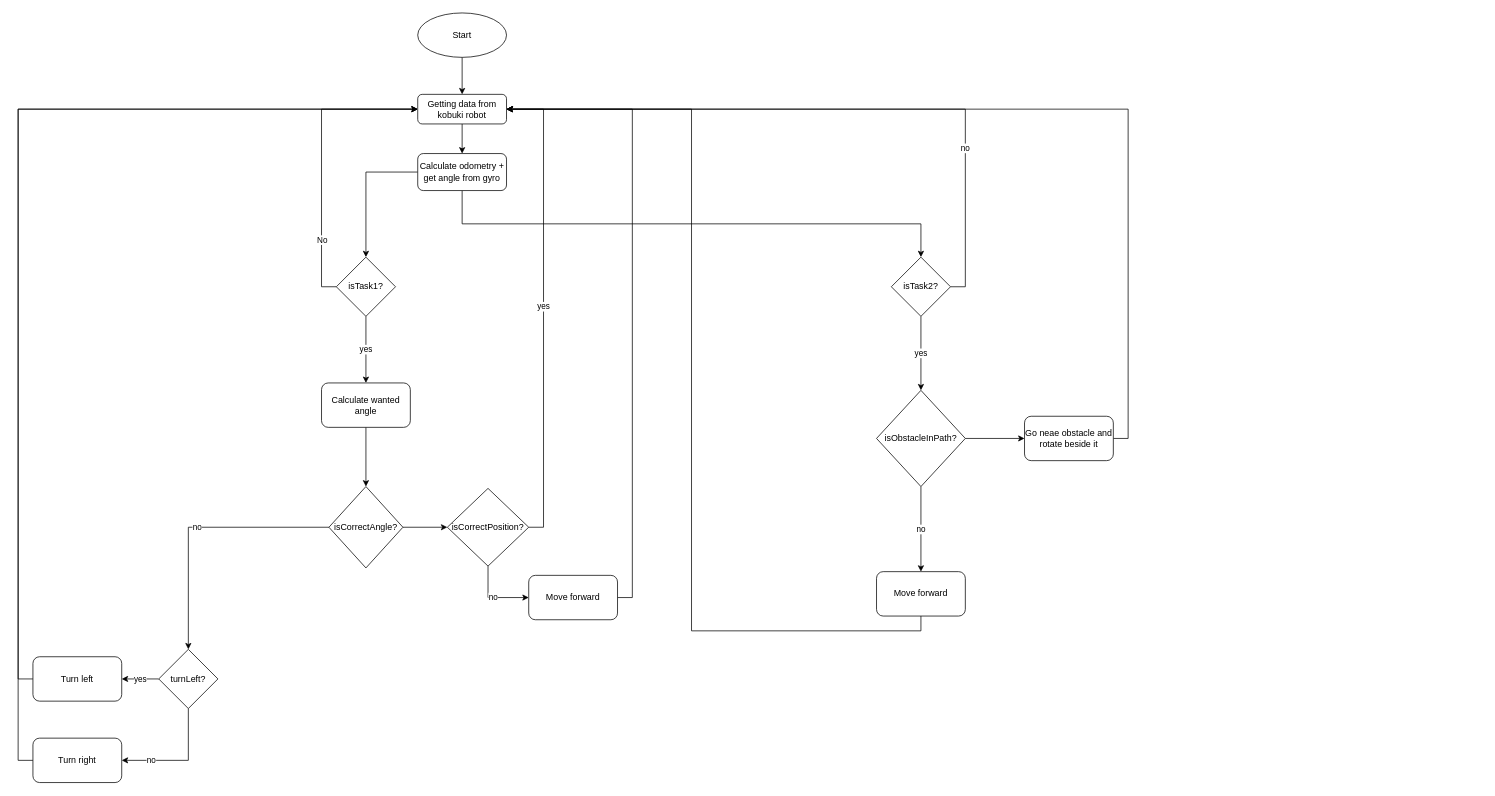
Earlier version of the draw.io diagram Untitled Diagram.drawio (HasprunLukas/RMR_Hasprun_Kochan). Source tidied: cells renumbered, new cells numbered last; positions are measured from the earlier drawing's top-left corner, leaving out a move shared by most shapes. Both pictures are drawn from the tidied source at 74%, with x=0, y=0 at pixel (33, 13).
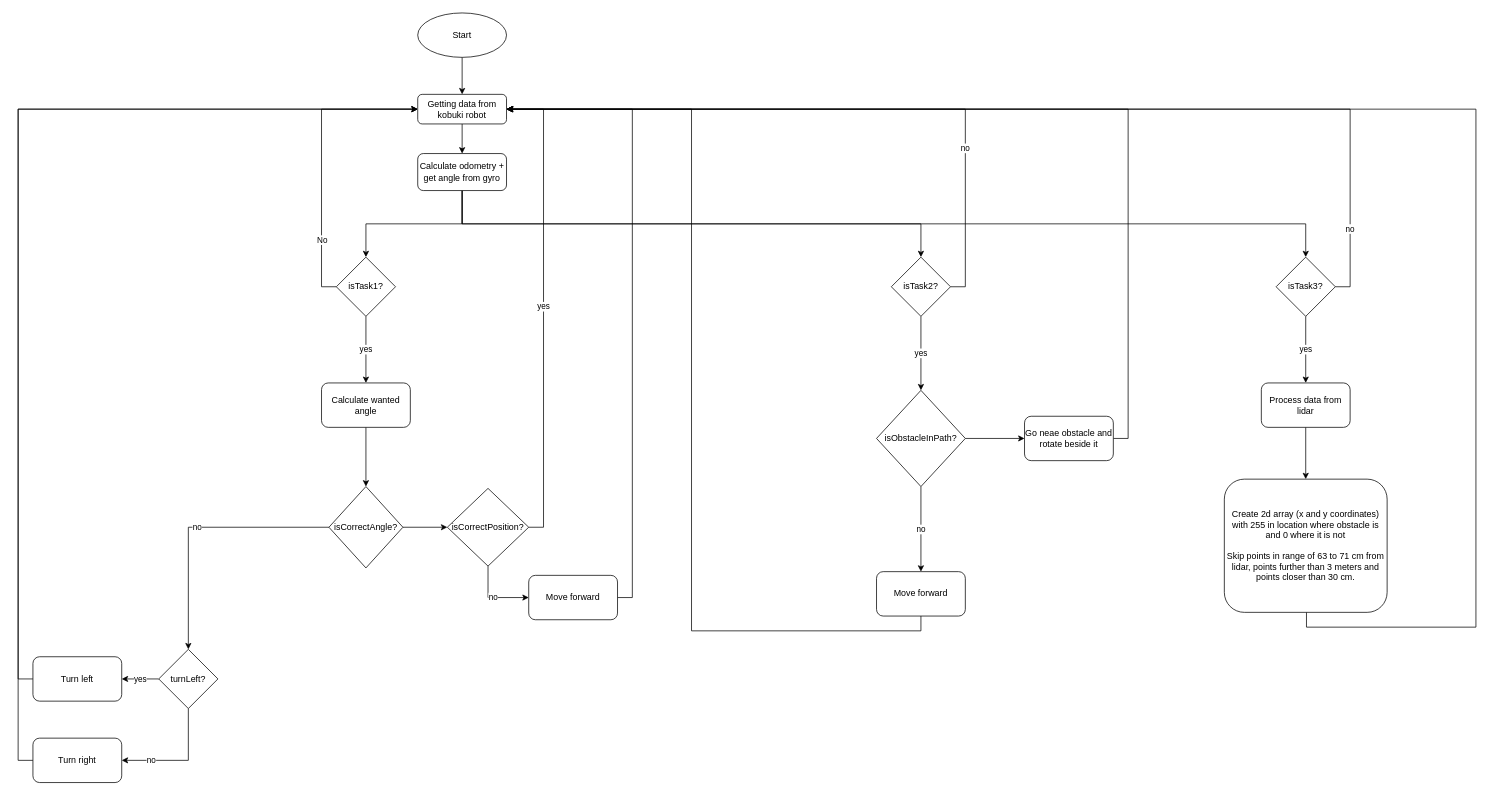
The same diagram, later.

Commit message:
Updated UML with task 3

The change refers to these unchanged cells:
```xml
<mxCell id="3" value="Getting data from kobuki robot" style="rounded=1;whiteSpace=wrap;html=1;fontSize=12;glass=0;strokeWidth=1;shadow=0;" parent="1" vertex="1">
  <mxGeometry x="520" y="110" width="120" height="40" as="geometry" />
</mxCell>
<mxCell id="6" value="Calculate odometry + get angle from gyro" style="rounded=1;whiteSpace=wrap;html=1;" parent="1" vertex="1">
  <mxGeometry x="520" y="190" width="120" height="50" as="geometry" />
</mxCell>
<mxCell id="12" value="isTask1?" style="rhombus;whiteSpace=wrap;html=1;" parent="1" vertex="1">
  <mxGeometry x="410" y="330" width="80" height="80" as="geometry" />
</mxCell>
<mxCell id="32" value="isTask2?" style="rhombus;whiteSpace=wrap;html=1;" parent="1" vertex="1">
  <mxGeometry x="1160" y="330" width="80" height="80" as="geometry" />
</mxCell>
```

What changed in the source:
```diff
@@
+    <mxCell id="5" style="edgeStyle=orthogonalEdgeStyle;rounded=0;jettySize=auto;html=1;exitX=0.5;exitY=1;exitDx=0;exitDy=0;entryX=0.5;entryY=0;entryDx=0;entryDy=0;" parent="1" edge="1" source="6" target="32">
+      <mxGeometry relative="1" as="geometry" />
+    </mxCell>
+    <mxCell id="40" style="edgeStyle=orthogonalEdgeStyle;rounded=0;jettySize=auto;html=1;exitX=0.5;exitY=1;exitDx=0;exitDy=0;entryX=0.5;entryY=0;entryDx=0;entryDy=0;" parent="1" edge="1" source="6" target="43">
+      <mxGeometry relative="1" as="geometry" />
+    </mxCell>
-    <mxCell id="4" style="edgeStyle=orthogonalEdgeStyle;rounded=0;jettySize=auto;html=1;exitX=0;exitY=0.5;exitDx=0;exitDy=0;entryX=0.5;entryY=0;entryDx=0;entryDy=0;" parent="1" edge="1" source="6" target="12">
+    <mxCell id="4" style="edgeStyle=orthogonalEdgeStyle;rounded=0;jettySize=auto;html=1;exitX=0.5;exitY=1;exitDx=0;exitDy=0;entryX=0.5;entryY=0;entryDx=0;entryDy=0;" parent="1" edge="1" source="6" target="12">
       <mxGeometry relative="1" as="geometry" />
     </mxCell>
-    <mxCell id="5" style="edgeStyle=orthogonalEdgeStyle;rounded=0;jettySize=auto;html=1;exitX=0.5;exitY=1;exitDx=0;exitDy=0;entryX=0.5;entryY=0;entryDx=0;entryDy=0;" parent="1" edge="1" source="6" target="32">
-      <mxGeometry relative="1" as="geometry" />
-    </mxCell>
@@
+    <mxCell id="41" value="yes" style="edgeStyle=orthogonalEdgeStyle;rounded=0;jettySize=auto;html=1;" parent="1" edge="1" source="43" target="45">
+      <mxGeometry relative="1" as="geometry" />
+    </mxCell>
+    <mxCell id="42" value="no" style="edgeStyle=orthogonalEdgeStyle;rounded=0;jettySize=auto;html=1;exitX=1;exitY=0.5;exitDx=0;exitDy=0;entryX=1;entryY=0.5;entryDx=0;entryDy=0;" parent="1" edge="1" source="43" target="3">
+      <mxGeometry x="-0.86" relative="1" as="geometry" />
+    </mxCell>
+    <mxCell id="43" value="isTask3?" style="rhombus;whiteSpace=wrap;html=1;" parent="1" vertex="1">
+      <mxGeometry x="1680" y="330" width="80" height="80" as="geometry" />
+    </mxCell>
+    <mxCell id="44" style="edgeStyle=orthogonalEdgeStyle;rounded=0;jettySize=auto;html=1;" parent="1" edge="1" source="45" target="47">
+      <mxGeometry relative="1" as="geometry" />
+    </mxCell>
+    <mxCell id="45" value="Process data from lidar" style="rounded=1;whiteSpace=wrap;html=1;" parent="1" vertex="1">
+      <mxGeometry x="1660" y="500" width="120" height="60" as="geometry" />
+    </mxCell>
+    <mxCell id="46" style="edgeStyle=orthogonalEdgeStyle;rounded=0;orthogonalLoop=1;jettySize=auto;html=1;exitX=0.5;exitY=1;exitDx=0;exitDy=0;entryX=1;entryY=0.5;entryDx=0;entryDy=0;" parent="1" edge="1">
+      <mxGeometry relative="1" as="geometry">
+        <mxPoint x="1721" y="810" as="sourcePoint" />
+        <mxPoint x="641" y="130" as="targetPoint" />
+        <Array as="points">
+          <mxPoint x="1721" y="830" />
+          <mxPoint x="1950" y="830" />
+          <mxPoint x="1950" y="130" />
+        </Array>
+      </mxGeometry>
+    </mxCell>
+    <mxCell id="47" value="Create 2d array (x and y coordinates) with 255 in location where obstacle is and 0 where it is not&lt;br&gt;&lt;br&gt;Skip points in range of 63 to 71 cm from lidar, points further than 3 meters and points closer than 30 cm." style="rounded=1;whiteSpace=wrap;html=1;" parent="1" vertex="1">
+      <mxGeometry x="1610" y="630" width="220" height="180" as="geometry" />
+    </mxCell>
```
